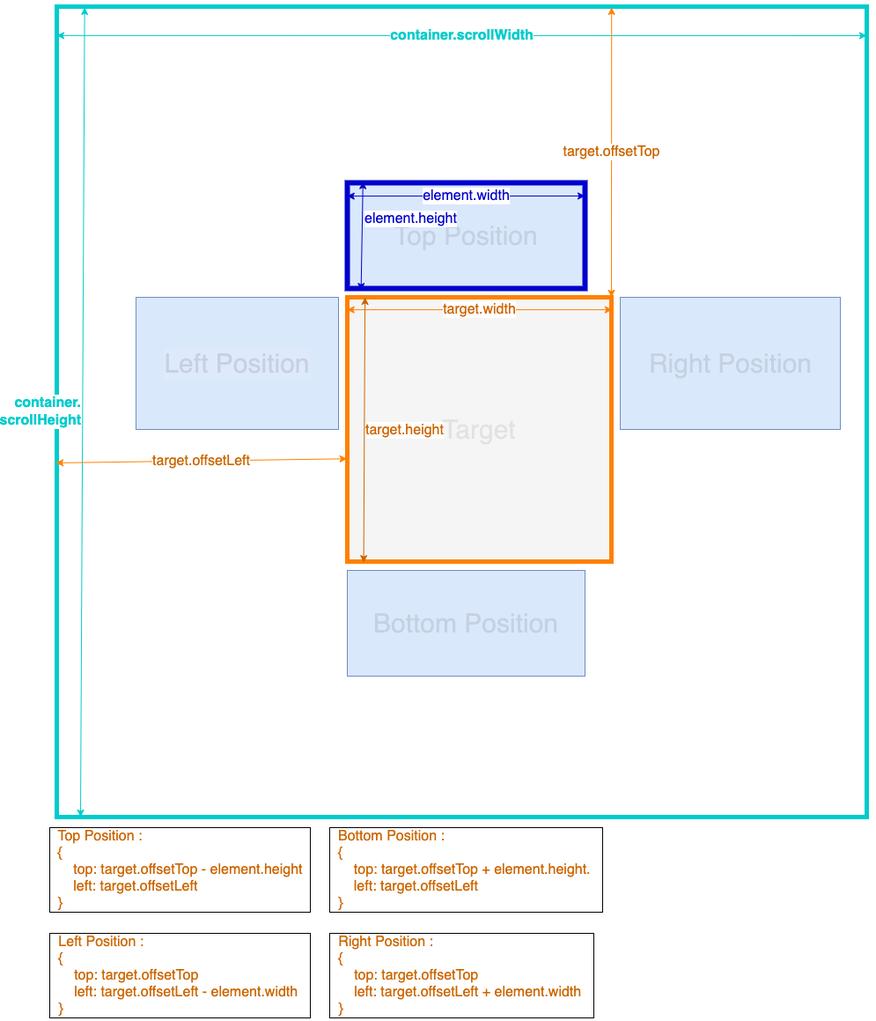
This is Untitled Diagram.drawio.png from leosaullv/leosaullv.github.io, a draw.io export, as it was before one commit. Source tidied: cells renumbered, new cells last; positions are measured from the earlier drawing's top-left corner, leaving out a move shared by most shapes. Its diagram source:
```xml
<mxGraphModel>
  <root>
    <mxCell id="0" />
    <mxCell id="1" parent="0" />
    <mxCell id="2" style="whiteSpace=wrap;html=1;gradientColor=none;strokeColor=#00CCCC;strokeWidth=5;" parent="1" vertex="1">
      <mxGeometry x="20" width="920" height="920" as="geometry" />
    </mxCell>
    <mxCell id="3" value="Target" style="whiteSpace=wrap;html=1;textOpacity=10;fontSize=30;fillColor=#f5f5f5;fontColor=#333333;strokeColor=#FF8000;strokeWidth=5;" parent="1" vertex="1">
      <mxGeometry x="350" y="330" width="300" height="300" as="geometry" />
    </mxCell>
    <mxCell id="4" value="Top Position" style="rounded=0;whiteSpace=wrap;html=1;textOpacity=10;fontSize=30;fillColor=#dae8fc;strokeColor=#0000CC;strokeWidth=6;" parent="1" vertex="1">
      <mxGeometry x="350" y="200" width="270" height="120" as="geometry" />
    </mxCell>
    <mxCell id="5" value="Bottom Position" style="rounded=0;whiteSpace=wrap;html=1;fontSize=30;textOpacity=10;fillColor=#dae8fc;strokeColor=#6c8ebf;" parent="1" vertex="1">
      <mxGeometry x="350" y="640" width="270" height="120" as="geometry" />
    </mxCell>
    <mxCell id="6" value="Right Position" style="rounded=0;html=1;textOpacity=10;labelBorderColor=none;fontSize=30;fillColor=#dae8fc;strokeColor=#6c8ebf;" parent="1" vertex="1">
      <mxGeometry x="660" y="330" width="250" height="150" as="geometry" />
    </mxCell>
    <mxCell id="7" value="Left Position" style="rounded=0;whiteSpace=wrap;html=1;textOpacity=10;fontSize=30;labelBackgroundColor=default;labelBorderColor=none;fillColor=#dae8fc;strokeColor=#6c8ebf;" parent="1" vertex="1">
      <mxGeometry x="110" y="330" width="230" height="150" as="geometry" />
    </mxCell>
    <mxCell id="8" value="&lt;h1 style=&quot;font-size: 16px;&quot;&gt;container.scrollWidth&lt;/h1&gt;" style="endArrow=classic;startArrow=classic;rounded=0;endSize=6;jumpSize=10;html=1;shadow=0;fontSize=16;verticalAlign=middle;fontColor=#00CCCC;strokeColor=#00CCCC;" parent="1" edge="1" source="2">
      <mxGeometry relative="1" as="geometry">
        <mxPoint x="940" y="33" as="targetPoint" />
        <Array as="points">
          <mxPoint x="20" y="32.9" />
          <mxPoint x="130" y="32.9" />
        </Array>
      </mxGeometry>
    </mxCell>
    <mxCell id="9" value="&lt;span&gt;container.&lt;br&gt;scrollHeight&lt;/span&gt;" style="endArrow=classic;startArrow=classic;html=1;rounded=0;shadow=0;fontSize=16;endSize=6;jumpSize=10;entryX=0.034;entryY=0.001;entryDx=0;entryDy=0;entryPerimeter=0;fontStyle=1;align=right;verticalAlign=middle;fontColor=#00CCCC;strokeColor=#00CCCC;" parent="1" edge="1">
      <mxGeometry relative="1" as="geometry">
        <mxPoint x="47" y="920" as="sourcePoint" />
        <mxPoint x="51.6" y="1" as="targetPoint" />
      </mxGeometry>
    </mxCell>
    <mxCell id="10" value="&lt;div style=&quot;text-align: left;&quot;&gt;&amp;nbsp; Top Position :&lt;/div&gt;&lt;div style=&quot;text-align: left; font-size: 16px;&quot;&gt;&lt;font style=&quot;font-size: 16px;&quot;&gt;&amp;nbsp; {&lt;/font&gt;&lt;/div&gt;&lt;font style=&quot;font-size: 16px;&quot;&gt;&lt;div style=&quot;text-align: left;&quot;&gt;&amp;nbsp; &amp;nbsp; &amp;nbsp; top: target.offsetTop - element.height&amp;nbsp;&amp;nbsp;&lt;/div&gt;&lt;div style=&quot;text-align: left;&quot;&gt;&amp;nbsp; &amp;nbsp; &amp;nbsp; left: target.offsetLeft&lt;/div&gt;&lt;div style=&quot;text-align: left;&quot;&gt;&amp;nbsp; }&lt;/div&gt;&lt;/font&gt;" style="text;html=1;align=center;verticalAlign=middle;fillColor=none;strokeColor=none;rounded=0;labelBackgroundColor=default;labelBorderColor=default;fontSize=16;fontColor=#CC6600;spacingTop=0;spacingBottom=0;spacing=0;" parent="1" vertex="1">
      <mxGeometry y="930" width="320" height="100" as="geometry" />
    </mxCell>
    <mxCell id="11" value="element.width" style="endArrow=classic;startArrow=classic;html=1;rounded=0;shadow=0;fontSize=16;fontColor=#0000CC;endSize=6;jumpSize=10;exitX=-0.001;exitY=0.126;exitDx=0;exitDy=0;exitPerimeter=0;strokeColor=#0000CC;" parent="1" edge="1" source="4">
      <mxGeometry relative="1" as="geometry">
        <mxPoint x="620" y="215" as="targetPoint" />
      </mxGeometry>
    </mxCell>
    <mxCell id="12" value="element.height" style="endArrow=classic;startArrow=classic;html=1;rounded=0;shadow=0;fontSize=16;fontColor=#0000CC;endSize=6;jumpSize=10;entryX=0.077;entryY=-0.011;entryDx=0;entryDy=0;entryPerimeter=0;exitX=0.069;exitY=1.019;exitDx=0;exitDy=0;exitPerimeter=0;align=left;strokeColor=#0000CC;" parent="1" edge="1">
      <mxGeometry x="0.33" y="-1" relative="1" as="geometry">
        <mxPoint x="365.6" y="322.3" as="sourcePoint" />
        <mxPoint x="367.8" y="198.7" as="targetPoint" />
      </mxGeometry>
    </mxCell>
    <mxCell id="13" value="target.width" style="endArrow=classic;startArrow=classic;html=1;rounded=0;shadow=0;fontSize=16;fontColor=#CC6600;endSize=6;jumpSize=10;exitX=-0.001;exitY=0.047;exitDx=0;exitDy=0;exitPerimeter=0;entryX=1.003;entryY=0.047;entryDx=0;entryDy=0;entryPerimeter=0;strokeColor=#FF8000;" parent="1" edge="1" source="3" target="3">
      <mxGeometry relative="1" as="geometry" />
    </mxCell>
    <mxCell id="14" value="target.height" style="endArrow=classic;startArrow=classic;html=1;rounded=0;shadow=0;fontSize=16;fontColor=#CC6600;endSize=6;jumpSize=10;entryX=0.067;entryY=0;entryDx=0;entryDy=0;entryPerimeter=0;exitX=0.062;exitY=1.004;exitDx=0;exitDy=0;exitPerimeter=0;align=left;strokeColor=#CC6600;" parent="1" edge="1" source="3" target="3">
      <mxGeometry relative="1" as="geometry" />
    </mxCell>
    <mxCell id="15" value="target.offsetTop" style="endArrow=classic;startArrow=classic;html=1;rounded=0;shadow=0;fontSize=16;fontColor=#CC6600;endSize=6;jumpSize=10;exitX=1;exitY=0;exitDx=0;exitDy=0;entryX=0.685;entryY=0.001;entryDx=0;entryDy=0;entryPerimeter=0;strokeColor=#FF8000;" parent="1" edge="1" source="3" target="2">
      <mxGeometry relative="1" as="geometry" />
    </mxCell>
    <mxCell id="16" value="target.offsetLeft" style="endArrow=classic;startArrow=classic;html=1;rounded=0;shadow=0;fontSize=16;fontColor=#CC6600;endSize=6;jumpSize=10;entryX=-0.001;entryY=0.611;entryDx=0;entryDy=0;entryPerimeter=0;exitX=-0.001;exitY=0.563;exitDx=0;exitDy=0;exitPerimeter=0;strokeColor=#FF8000;" parent="1" edge="1" source="2" target="3">
      <mxGeometry relative="1" as="geometry" />
    </mxCell>
    <mxCell id="17" value="&lt;div style=&quot;text-align: left;&quot;&gt;&amp;nbsp; Bottom Position :&lt;/div&gt;&lt;div style=&quot;text-align: left; font-size: 16px;&quot;&gt;&lt;font style=&quot;font-size: 16px;&quot;&gt;&amp;nbsp; {&lt;/font&gt;&lt;/div&gt;&lt;font style=&quot;font-size: 16px;&quot;&gt;&lt;div style=&quot;text-align: left;&quot;&gt;&amp;nbsp; &amp;nbsp; &amp;nbsp; top: target.offsetTop + element.height.&amp;nbsp; &amp;nbsp;&lt;/div&gt;&lt;div style=&quot;text-align: left;&quot;&gt;&amp;nbsp; &amp;nbsp; &amp;nbsp; left: target.offsetLeft&lt;/div&gt;&lt;div style=&quot;text-align: left;&quot;&gt;&amp;nbsp; }&lt;/div&gt;&lt;/font&gt;" style="text;html=1;align=center;verticalAlign=middle;fillColor=none;strokeColor=none;rounded=0;labelBackgroundColor=default;labelBorderColor=default;fontSize=16;fontColor=#CC6600;spacingTop=0;spacingBottom=0;spacing=0;" parent="1" vertex="1">
      <mxGeometry x="320" y="930" width="330" height="100" as="geometry" />
    </mxCell>
    <mxCell id="18" value="&lt;div style=&quot;text-align: left;&quot;&gt;&amp;nbsp; Left Position :&lt;/div&gt;&lt;div style=&quot;text-align: left; font-size: 16px;&quot;&gt;&lt;font style=&quot;font-size: 16px;&quot;&gt;&amp;nbsp; {&lt;/font&gt;&lt;/div&gt;&lt;font style=&quot;font-size: 16px;&quot;&gt;&lt;div style=&quot;text-align: left;&quot;&gt;&amp;nbsp; &amp;nbsp; &amp;nbsp; top: target.offsetTop&lt;/div&gt;&lt;div style=&quot;text-align: left;&quot;&gt;&amp;nbsp; &amp;nbsp; &amp;nbsp; left: target.offsetLeft - element.width&amp;nbsp; &amp;nbsp;&lt;/div&gt;&lt;div style=&quot;text-align: left;&quot;&gt;&amp;nbsp; }&lt;/div&gt;&lt;/font&gt;" style="text;html=1;align=center;verticalAlign=middle;fillColor=none;strokeColor=none;rounded=0;labelBackgroundColor=default;labelBorderColor=default;fontSize=16;fontColor=#CC6600;spacingTop=0;spacingBottom=0;spacing=0;" parent="1" vertex="1">
      <mxGeometry x="5" y="1050" width="310" height="100" as="geometry" />
    </mxCell>
    <mxCell id="19" value="&lt;div style=&quot;text-align: left;&quot;&gt;&lt;div&gt;&amp;nbsp; Right Position :&lt;/div&gt;&lt;div&gt;&amp;nbsp; {&lt;/div&gt;&lt;font style=&quot;text-align: center;&quot;&gt;&lt;div style=&quot;text-align: left;&quot;&gt;&amp;nbsp; &amp;nbsp; &amp;nbsp; top: target.offsetTop&lt;/div&gt;&lt;div style=&quot;text-align: left;&quot;&gt;&amp;nbsp; &amp;nbsp; &amp;nbsp; left: target.offsetLeft + element.width&amp;nbsp; &amp;nbsp;&lt;/div&gt;&lt;div style=&quot;text-align: left;&quot;&gt;&amp;nbsp; }&lt;/div&gt;&lt;/font&gt;&lt;/div&gt;" style="text;html=1;align=center;verticalAlign=middle;fillColor=none;strokeColor=none;rounded=0;labelBackgroundColor=default;labelBorderColor=default;fontSize=16;fontColor=#CC6600;spacingTop=0;spacingBottom=0;spacing=0;" parent="1" vertex="1">
      <mxGeometry x="320" y="1050" width="320" height="100" as="geometry" />
    </mxCell>
  </root>
</mxGraphModel>
```
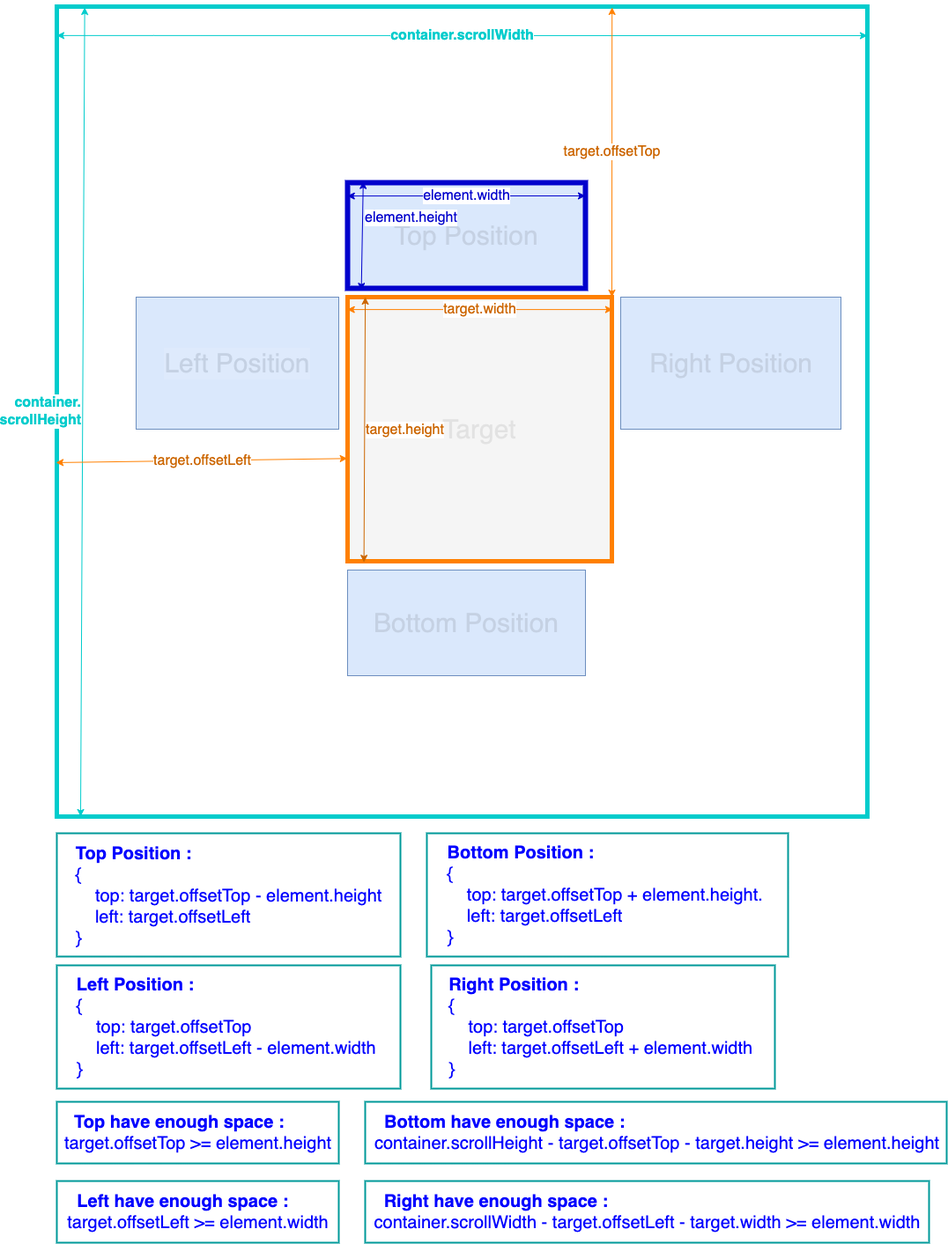
Later version of the same file.

What changed in the source:
```diff
@@ -35,8 +35,8 @@
         <mxPoint x="51.6" y="1" as="targetPoint" />
       </mxGeometry>
     </mxCell>
-    <mxCell id="10" value="&lt;div style=&quot;text-align: left;&quot;&gt;&amp;nbsp; Top Position :&lt;/div&gt;&lt;div style=&quot;text-align: left; font-size: 16px;&quot;&gt;&lt;font style=&quot;font-size: 16px;&quot;&gt;&amp;nbsp; {&lt;/font&gt;&lt;/div&gt;&lt;font style=&quot;font-size: 16px;&quot;&gt;&lt;div style=&quot;text-align: left;&quot;&gt;&amp;nbsp; &amp;nbsp; &amp;nbsp; top: target.offsetTop - element.height&amp;nbsp;&amp;nbsp;&lt;/div&gt;&lt;div style=&quot;text-align: left;&quot;&gt;&amp;nbsp; &amp;nbsp; &amp;nbsp; left: target.offsetLeft&lt;/div&gt;&lt;div style=&quot;text-align: left;&quot;&gt;&amp;nbsp; }&lt;/div&gt;&lt;/font&gt;" style="text;html=1;align=center;verticalAlign=middle;fillColor=none;strokeColor=none;rounded=0;labelBackgroundColor=default;labelBorderColor=default;fontSize=16;fontColor=#CC6600;spacingTop=0;spacingBottom=0;spacing=0;" parent="1" vertex="1">
-      <mxGeometry y="930" width="320" height="100" as="geometry" />
+    <mxCell id="10" value="&lt;div style=&quot;text-align: left; font-size: 20px;&quot;&gt;&lt;b&gt;&amp;nbsp; Top Position :&lt;/b&gt;&lt;/div&gt;&lt;div style=&quot;text-align: left; font-size: 20px;&quot;&gt;&lt;font style=&quot;font-size: 20px;&quot;&gt;&amp;nbsp; {&lt;/font&gt;&lt;/div&gt;&lt;font style=&quot;font-size: 20px;&quot;&gt;&lt;div style=&quot;text-align: left; font-size: 20px;&quot;&gt;&amp;nbsp; &amp;nbsp; &amp;nbsp; top: target.offsetTop - element.height&amp;nbsp;&amp;nbsp;&lt;/div&gt;&lt;div style=&quot;text-align: left; font-size: 20px;&quot;&gt;&amp;nbsp; &amp;nbsp; &amp;nbsp; left: target.offsetLeft&lt;/div&gt;&lt;div style=&quot;text-align: left; font-size: 20px;&quot;&gt;&amp;nbsp; }&lt;/div&gt;&lt;/font&gt;" style="text;html=1;align=center;verticalAlign=middle;fillColor=#FFFFFF;strokeColor=#009999;rounded=0;labelBackgroundColor=none;labelBorderColor=none;fontSize=20;fontColor=#0000FF;spacingTop=6;spacingBottom=5;spacing=0;strokeWidth=2;" parent="1" vertex="1">
+      <mxGeometry x="20" y="939" width="390" height="140" as="geometry" />
     </mxCell>
     <mxCell id="11" value="element.width" style="endArrow=classic;startArrow=classic;html=1;rounded=0;shadow=0;fontSize=16;fontColor=#0000CC;endSize=6;jumpSize=10;exitX=-0.001;exitY=0.126;exitDx=0;exitDy=0;exitPerimeter=0;strokeColor=#0000CC;" parent="1" edge="1" source="4">
       <mxGeometry relative="1" as="geometry">
@@ -61,14 +61,26 @@
     <mxCell id="16" value="target.offsetLeft" style="endArrow=classic;startArrow=classic;html=1;rounded=0;shadow=0;fontSize=16;fontColor=#CC6600;endSize=6;jumpSize=10;entryX=-0.001;entryY=0.611;entryDx=0;entryDy=0;entryPerimeter=0;exitX=-0.001;exitY=0.563;exitDx=0;exitDy=0;exitPerimeter=0;strokeColor=#FF8000;" parent="1" edge="1" source="2" target="3">
       <mxGeometry relative="1" as="geometry" />
     </mxCell>
-    <mxCell id="17" value="&lt;div style=&quot;text-align: left;&quot;&gt;&amp;nbsp; Bottom Position :&lt;/div&gt;&lt;div style=&quot;text-align: left; font-size: 16px;&quot;&gt;&lt;font style=&quot;font-size: 16px;&quot;&gt;&amp;nbsp; {&lt;/font&gt;&lt;/div&gt;&lt;font style=&quot;font-size: 16px;&quot;&gt;&lt;div style=&quot;text-align: left;&quot;&gt;&amp;nbsp; &amp;nbsp; &amp;nbsp; top: target.offsetTop + element.height.&amp;nbsp; &amp;nbsp;&lt;/div&gt;&lt;div style=&quot;text-align: left;&quot;&gt;&amp;nbsp; &amp;nbsp; &amp;nbsp; left: target.offsetLeft&lt;/div&gt;&lt;div style=&quot;text-align: left;&quot;&gt;&amp;nbsp; }&lt;/div&gt;&lt;/font&gt;" style="text;html=1;align=center;verticalAlign=middle;fillColor=none;strokeColor=none;rounded=0;labelBackgroundColor=default;labelBorderColor=default;fontSize=16;fontColor=#CC6600;spacingTop=0;spacingBottom=0;spacing=0;" parent="1" vertex="1">
-      <mxGeometry x="320" y="930" width="330" height="100" as="geometry" />
+    <mxCell id="17" value="&lt;div style=&quot;text-align: left; font-size: 20px;&quot;&gt;&amp;nbsp; &lt;b&gt;Bottom Position :&lt;/b&gt;&lt;/div&gt;&lt;div style=&quot;text-align: left; font-size: 20px;&quot;&gt;&lt;font style=&quot;font-size: 20px;&quot;&gt;&amp;nbsp; {&lt;/font&gt;&lt;/div&gt;&lt;font style=&quot;font-size: 20px;&quot;&gt;&lt;div style=&quot;text-align: left; font-size: 20px;&quot;&gt;&amp;nbsp; &amp;nbsp; &amp;nbsp; top: target.offsetTop + element.height.&amp;nbsp; &amp;nbsp;&lt;/div&gt;&lt;div style=&quot;text-align: left; font-size: 20px;&quot;&gt;&amp;nbsp; &amp;nbsp; &amp;nbsp; left: target.offsetLeft&lt;/div&gt;&lt;div style=&quot;text-align: left; font-size: 20px;&quot;&gt;&amp;nbsp; }&lt;/div&gt;&lt;/font&gt;" style="text;html=1;align=center;verticalAlign=middle;fillColor=default;strokeColor=#009999;rounded=0;labelBackgroundColor=none;labelBorderColor=none;fontSize=20;fontColor=#0000FF;spacingTop=6;spacingBottom=6;spacing=0;strokeWidth=2;" parent="1" vertex="1">
+      <mxGeometry x="440" y="939" width="410" height="140" as="geometry" />
     </mxCell>
-    <mxCell id="18" value="&lt;div style=&quot;text-align: left;&quot;&gt;&amp;nbsp; Left Position :&lt;/div&gt;&lt;div style=&quot;text-align: left; font-size: 16px;&quot;&gt;&lt;font style=&quot;font-size: 16px;&quot;&gt;&amp;nbsp; {&lt;/font&gt;&lt;/div&gt;&lt;font style=&quot;font-size: 16px;&quot;&gt;&lt;div style=&quot;text-align: left;&quot;&gt;&amp;nbsp; &amp;nbsp; &amp;nbsp; top: target.offsetTop&lt;/div&gt;&lt;div style=&quot;text-align: left;&quot;&gt;&amp;nbsp; &amp;nbsp; &amp;nbsp; left: target.offsetLeft - element.width&amp;nbsp; &amp;nbsp;&lt;/div&gt;&lt;div style=&quot;text-align: left;&quot;&gt;&amp;nbsp; }&lt;/div&gt;&lt;/font&gt;" style="text;html=1;align=center;verticalAlign=middle;fillColor=none;strokeColor=none;rounded=0;labelBackgroundColor=default;labelBorderColor=default;fontSize=16;fontColor=#CC6600;spacingTop=0;spacingBottom=0;spacing=0;" parent="1" vertex="1">
-      <mxGeometry x="5" y="1050" width="310" height="100" as="geometry" />
+    <mxCell id="18" value="&lt;div style=&quot;text-align: left; font-size: 20px;&quot;&gt;&lt;b&gt;&amp;nbsp; Left Position :&lt;/b&gt;&lt;/div&gt;&lt;div style=&quot;text-align: left; font-size: 20px;&quot;&gt;&lt;font style=&quot;font-size: 20px;&quot;&gt;&amp;nbsp; {&lt;/font&gt;&lt;/div&gt;&lt;font style=&quot;font-size: 20px;&quot;&gt;&lt;div style=&quot;text-align: left; font-size: 20px;&quot;&gt;&amp;nbsp; &amp;nbsp; &amp;nbsp; top: target.offsetTop&lt;/div&gt;&lt;div style=&quot;text-align: left; font-size: 20px;&quot;&gt;&amp;nbsp; &amp;nbsp; &amp;nbsp; left: target.offsetLeft - element.width&amp;nbsp; &amp;nbsp;&lt;/div&gt;&lt;div style=&quot;text-align: left; font-size: 20px;&quot;&gt;&amp;nbsp; }&lt;/div&gt;&lt;/font&gt;" style="text;html=1;align=center;verticalAlign=middle;fillColor=default;strokeColor=#009999;rounded=0;labelBackgroundColor=none;labelBorderColor=none;fontSize=20;fontColor=#0000FF;spacingTop=6;spacingBottom=6;spacing=0;strokeWidth=2;" parent="1" vertex="1">
+      <mxGeometry x="20" y="1089" width="390" height="140" as="geometry" />
     </mxCell>
-    <mxCell id="19" value="&lt;div style=&quot;text-align: left;&quot;&gt;&lt;div&gt;&amp;nbsp; Right Position :&lt;/div&gt;&lt;div&gt;&amp;nbsp; {&lt;/div&gt;&lt;font style=&quot;text-align: center;&quot;&gt;&lt;div style=&quot;text-align: left;&quot;&gt;&amp;nbsp; &amp;nbsp; &amp;nbsp; top: target.offsetTop&lt;/div&gt;&lt;div style=&quot;text-align: left;&quot;&gt;&amp;nbsp; &amp;nbsp; &amp;nbsp; left: target.offsetLeft + element.width&amp;nbsp; &amp;nbsp;&lt;/div&gt;&lt;div style=&quot;text-align: left;&quot;&gt;&amp;nbsp; }&lt;/div&gt;&lt;/font&gt;&lt;/div&gt;" style="text;html=1;align=center;verticalAlign=middle;fillColor=none;strokeColor=none;rounded=0;labelBackgroundColor=default;labelBorderColor=default;fontSize=16;fontColor=#CC6600;spacingTop=0;spacingBottom=0;spacing=0;" parent="1" vertex="1">
-      <mxGeometry x="320" y="1050" width="320" height="100" as="geometry" />
+    <mxCell id="19" value="&lt;div style=&quot;text-align: left; font-size: 20px;&quot;&gt;&lt;div style=&quot;font-size: 20px;&quot;&gt;&lt;b&gt;&amp;nbsp; Right Position :&lt;/b&gt;&lt;/div&gt;&lt;div style=&quot;font-size: 20px;&quot;&gt;&amp;nbsp; {&lt;/div&gt;&lt;font style=&quot;text-align: center; font-size: 20px;&quot;&gt;&lt;div style=&quot;text-align: left; font-size: 20px;&quot;&gt;&amp;nbsp; &amp;nbsp; &amp;nbsp; top: target.offsetTop&lt;/div&gt;&lt;div style=&quot;text-align: left; font-size: 20px;&quot;&gt;&amp;nbsp; &amp;nbsp; &amp;nbsp; left: target.offsetLeft + element.width&amp;nbsp; &amp;nbsp;&lt;/div&gt;&lt;div style=&quot;text-align: left; font-size: 20px;&quot;&gt;&amp;nbsp; }&lt;/div&gt;&lt;/font&gt;&lt;/div&gt;" style="text;html=1;align=center;verticalAlign=middle;fillColor=default;strokeColor=#009999;rounded=0;labelBackgroundColor=none;labelBorderColor=none;fontSize=20;fontColor=#0000FF;spacingTop=6;spacingBottom=6;spacing=0;strokeWidth=2;" parent="1" vertex="1">
+      <mxGeometry x="445" y="1089" width="390" height="140" as="geometry" />
     </mxCell>
+    <mxCell id="20" value="&lt;div style=&quot;text-align: left; font-size: 20px;&quot;&gt;&lt;b&gt;&amp;nbsp; Top have enough space :&lt;/b&gt;&lt;/div&gt;&lt;div style=&quot;text-align: left; font-size: 20px;&quot;&gt;target.offsetTop &amp;gt;= element.height&lt;/div&gt;" style="text;html=1;align=center;verticalAlign=middle;fillColor=default;strokeColor=#009999;rounded=0;labelBackgroundColor=none;labelBorderColor=none;fontSize=20;fontColor=#0000FF;spacingTop=6;spacingBottom=6;spacing=0;strokeWidth=2;" parent="1" vertex="1">
+      <mxGeometry x="20" y="1244" width="320" height="70" as="geometry" />
+    </mxCell>
+    <mxCell id="21" value="&lt;div style=&quot;text-align: left; font-size: 20px;&quot;&gt;&lt;b&gt;&amp;nbsp; Bottom have enough space :&lt;/b&gt;&lt;/div&gt;&lt;div style=&quot;text-align: left; font-size: 20px;&quot;&gt;container.scrollHeight - target.offsetTop - target.height &amp;gt;= element.height&lt;/div&gt;" style="text;html=1;align=center;verticalAlign=middle;fillColor=default;strokeColor=#009999;rounded=0;labelBackgroundColor=none;labelBorderColor=none;fontSize=20;fontColor=#0000FF;spacingTop=6;spacingBottom=6;spacing=0;strokeWidth=2;spacingLeft=1;" parent="1" vertex="1">
+      <mxGeometry x="370" y="1244" width="660" height="70" as="geometry" />
+    </mxCell>
+    <mxCell id="22" value="&lt;div style=&quot;text-align: left; font-size: 20px;&quot;&gt;&lt;b&gt;&amp;nbsp; Left have enough space :&lt;/b&gt;&lt;/div&gt;&lt;div style=&quot;text-align: left; font-size: 20px;&quot;&gt;target.offsetLeft &amp;gt;= element.width&lt;/div&gt;" style="text;html=1;align=center;verticalAlign=middle;fillColor=default;strokeColor=#009999;rounded=0;labelBackgroundColor=none;labelBorderColor=none;fontSize=20;fontColor=#0000FF;spacingTop=6;spacingBottom=6;spacing=0;strokeWidth=2;" parent="1" vertex="1">
+      <mxGeometry x="20" y="1334" width="320" height="70" as="geometry" />
+    </mxCell>
+    <mxCell id="23" value="&lt;div style=&quot;text-align: left; font-size: 20px;&quot;&gt;&lt;b&gt;&amp;nbsp; Right have enough space :&lt;/b&gt;&lt;/div&gt;&lt;div style=&quot;text-align: left; font-size: 20px;&quot;&gt;container.scrollWidth - target.offsetLeft - target.width &amp;gt;= element.width&lt;/div&gt;" style="text;html=1;align=center;verticalAlign=middle;fillColor=default;strokeColor=#009999;rounded=0;labelBackgroundColor=none;labelBorderColor=none;fontSize=20;fontColor=#0000FF;spacingTop=6;spacingBottom=6;spacing=0;strokeWidth=2;" parent="1" vertex="1">
+      <mxGeometry x="370" y="1334" width="640" height="70" as="geometry" />
+    </mxCell>
   </root>
 </mxGraphModel>
```
